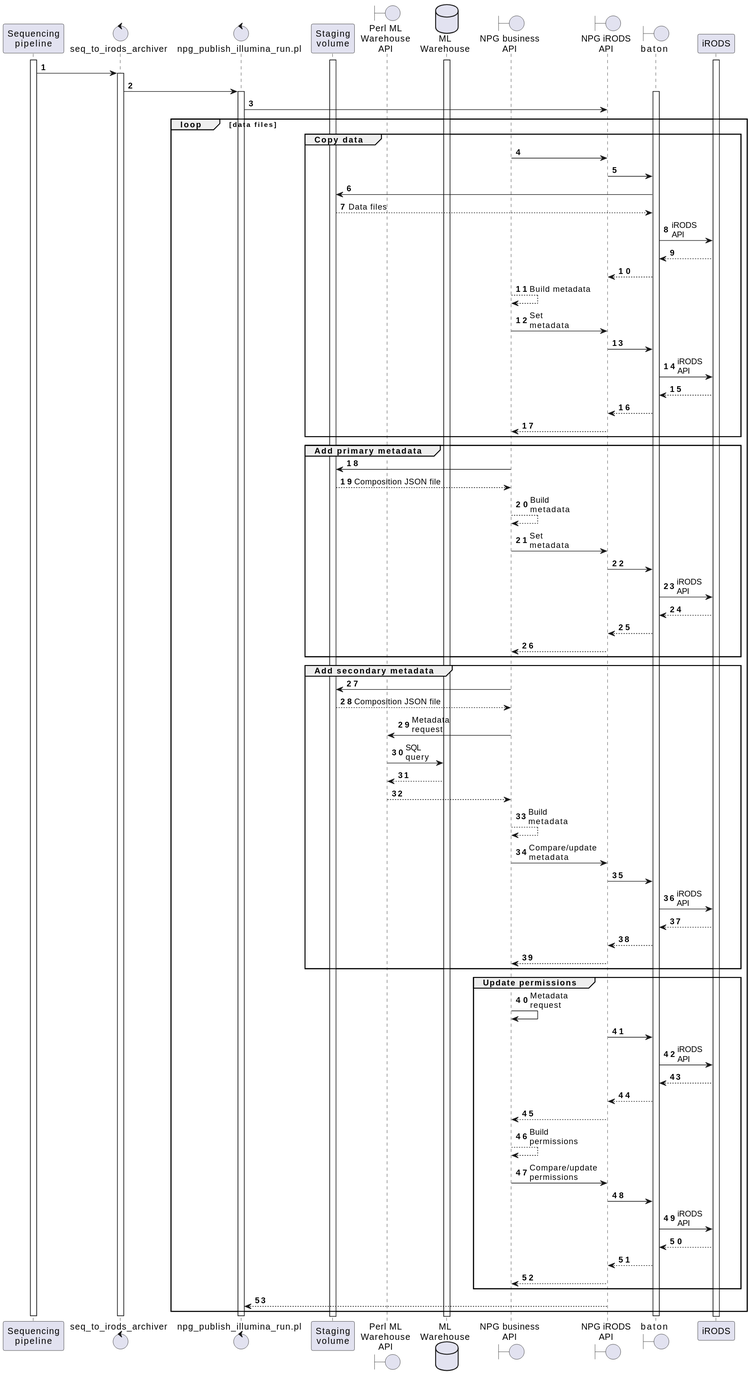
Above: doc/diagrams/publish_illumina_run.svg in wtsi-npg/npg_irods (PlantUML), before the change.
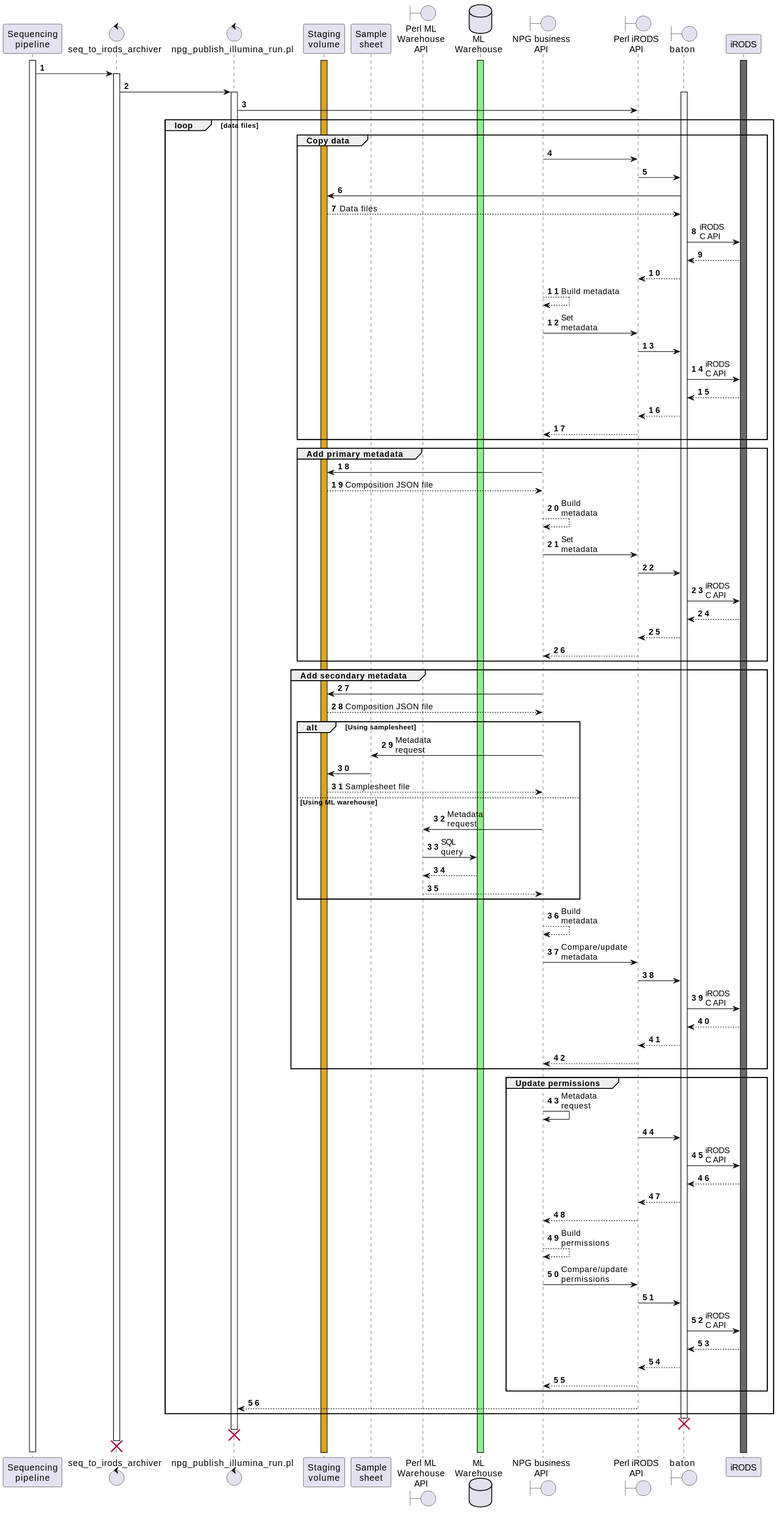
Above is the later version.

Commit message:
Improve sequence diagram labels and structure

Change to the diagram source:
```diff
@@ -6,16 +6,17 @@
 control "seq_to_irods_archiver" as archiver
 control "npg_publish_illumina_run.pl" as publish_illumina_run
 participant "Staging\nvolume" as staging
+participant "Sample\nsheet" as samplesheet
 boundary "Perl ML\nWarehouse\nAPI" as perl_mlwh_api
 database "ML\nWarehouse" as mlwh
 boundary "NPG business\nAPI" as npg_business_api
-boundary "NPG iRODS\nAPI" as npg_irods_api
+boundary "Perl iRODS\nAPI" as perl_irods_api
 boundary "baton" as baton
 participant "iRODS" as irods
 
-activate mlwh
-activate irods
-activate staging
+activate mlwh #lightgreen
+activate irods #dimgray
+activate staging #goldenrod
 activate seqpipe
 
 seqpipe -> archiver
@@ -24,27 +25,27 @@
 activate publish_illumina_run
 activate baton
 
-publish_illumina_run -> npg_irods_api
+publish_illumina_run -> perl_irods_api
 
 loop data files
 
 group Copy data
-npg_business_api -> npg_irods_api
-npg_irods_api -> baton
+npg_business_api -> perl_irods_api
+perl_irods_api -> baton
 baton -> staging
 staging --> baton : Data files
-baton -> irods : iRODS\nAPI
+baton -> irods : iRODS\nC API
 irods --> baton
-baton --> npg_irods_api
+baton --> perl_irods_api
 
 npg_business_api --> npg_business_api : Build metadata
 
-npg_business_api -> npg_irods_api : Set \nmetadata
-npg_irods_api -> baton
-baton -> irods : iRODS\nAPI
+npg_business_api -> perl_irods_api : Set \nmetadata
+perl_irods_api -> baton
+baton -> irods : iRODS\nC API
 irods --> baton
-baton --> npg_irods_api
-npg_irods_api --> npg_business_api
+baton --> perl_irods_api
+perl_irods_api --> npg_business_api
 end
 
 group Add primary metadata
@@ -52,56 +53,62 @@
 staging --> npg_business_api : Composition JSON file
 npg_business_api --> npg_business_api : Build\nmetadata
 
-npg_business_api -> npg_irods_api : Set\nmetadata
-npg_irods_api -> baton
-baton -> irods : iRODS\nAPI
+npg_business_api -> perl_irods_api : Set\nmetadata
+perl_irods_api -> baton
+baton -> irods : iRODS\nC API
 irods --> baton
-baton --> npg_irods_api
-npg_irods_api --> npg_business_api
+baton --> perl_irods_api
+perl_irods_api --> npg_business_api
 end group
 
 group Add secondary metadata
 npg_business_api -> staging
 staging --> npg_business_api : Composition JSON file
-npg_business_api -> perl_mlwh_api : Metadata\nrequest
-perl_mlwh_api -> mlwh : SQL\nquery
-mlwh --> perl_mlwh_api
-perl_mlwh_api --> npg_business_api
+
+alt Using samplesheet
+    npg_business_api -> samplesheet : Metadata\nrequest
+    samplesheet -> staging
+    staging--> npg_business_api : Samplesheet file
+else Using ML warehouse
+    npg_business_api -> perl_mlwh_api : Metadata\nrequest
+    perl_mlwh_api -> mlwh : SQL\nquery
+    mlwh --> perl_mlwh_api
+    perl_mlwh_api --> npg_business_api
+end
 
 npg_business_api --> npg_business_api : Build\nmetadata
 
-npg_business_api -> npg_irods_api : Compare/update\nmetadata
-npg_irods_api -> baton
-baton -> irods : iRODS\nAPI
+npg_business_api -> perl_irods_api : Compare/update\nmetadata
+perl_irods_api -> baton
+baton -> irods : iRODS\nC API
 irods --> baton
-baton --> npg_irods_api
-npg_irods_api --> npg_business_api
+baton --> perl_irods_api
+perl_irods_api --> npg_business_api
 end group
 
 group Update permissions
 npg_business_api -> npg_business_api : Metadata\nrequest
-npg_irods_api -> baton
-baton -> irods : iRODS\nAPI
+perl_irods_api -> baton
+baton -> irods : iRODS\nC API
 irods --> baton
-baton --> npg_irods_api
-npg_irods_api --> npg_business_api
+baton --> perl_irods_api
+perl_irods_api --> npg_business_api
 
 npg_business_api --> npg_business_api : Build\npermissions
 
-npg_business_api -> npg_irods_api : Compare/update\npermissions
-npg_irods_api -> baton
-baton -> irods : iRODS\nAPI
+npg_business_api -> perl_irods_api : Compare/update\npermissions
+perl_irods_api -> baton
+baton -> irods : iRODS\nC API
 irods --> baton
-baton --> npg_irods_api
-npg_irods_api --> npg_business_api
+baton --> perl_irods_api
+perl_irods_api --> npg_business_api
 end group
 
-npg_irods_api --> publish_illumina_run
-
+perl_irods_api --> publish_illumina_run
 end
 
-deactivate baton
-deactivate publish_illumina_run
-deactivate archiver
+destroy baton
+destroy publish_illumina_run
+destroy archiver
 deactivate seqpipe
 @enduml
```
